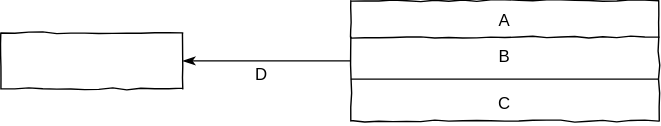
Earlier version of the draw.io export X01_Appendix/UML/ClassStructure.svg (JirkaDellOro/EIA2-Inverted). Source tidied: cells renumbered, new cells last; positions are measured from the earlier drawing's top-left corner, leaving out a move shared by most shapes.
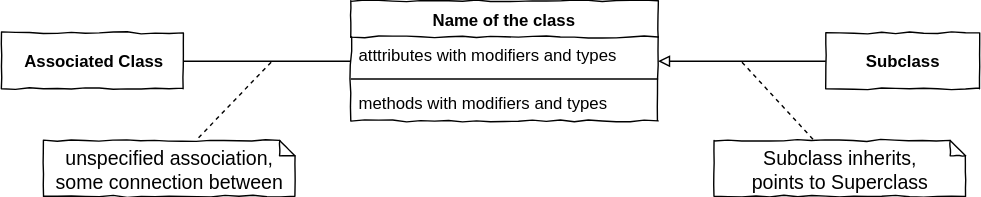
Above is the later version.

Commit message:
fixed broken graphics

The edit, as a diff of the source:
```diff
@@ -2,26 +2,45 @@
   <root>
     <mxCell id="0" />
     <mxCell id="1" parent="0" />
-    <mxCell id="2" value="A" style="swimlane;fontStyle=0;align=center;verticalAlign=top;horizontal=1;startSize=26;rounded=0;shadow=0;comic=1;strokeWidth=1;" parent="1" vertex="1">
+    <mxCell id="2" value="Name of the class" style="swimlane;fontStyle=1;align=center;verticalAlign=top;horizontal=1;startSize=26;rounded=0;shadow=0;comic=1;strokeWidth=1;" parent="1" vertex="1">
       <mxGeometry x="250" width="220" height="86" as="geometry" />
     </mxCell>
-    <mxCell id="3" value="B" style="text;strokeColor=none;fillColor=none;align=center;verticalAlign=top;spacingLeft=4;spacingRight=4;overflow=hidden;" parent="2" vertex="1">
+    <mxCell id="3" value="atttributes with modifiers and types" style="text;strokeColor=none;fillColor=none;align=left;verticalAlign=top;spacingLeft=4;spacingRight=4;overflow=hidden;" parent="2" vertex="1">
       <mxGeometry y="26" width="220" height="26" as="geometry" />
     </mxCell>
     <mxCell id="4" style="line;strokeWidth=1;fillColor=none;align=left;verticalAlign=middle;spacingTop=-1;spacingLeft=3;spacingRight=3;labelPosition=right;" parent="2" vertex="1">
       <mxGeometry y="52" width="220" height="8" as="geometry" />
     </mxCell>
-    <mxCell id="5" value="C" style="text;strokeColor=none;fillColor=none;align=center;verticalAlign=top;spacingLeft=4;spacingRight=4;overflow=hidden;" parent="2" vertex="1">
+    <mxCell id="5" value="methods with modifiers and types" style="text;strokeColor=none;fillColor=none;align=left;verticalAlign=top;spacingLeft=4;spacingRight=4;overflow=hidden;" parent="2" vertex="1">
       <mxGeometry y="60" width="220" height="26" as="geometry" />
     </mxCell>
+    <mxCell id="9" style="edgeStyle=orthogonalEdgeStyle;rounded=0;jettySize=auto;html=1;endArrow=block;endFill=0;" parent="1" edge="1" source="10" target="2">
+      <mxGeometry relative="1" as="geometry" />
+    </mxCell>
+    <mxCell id="10" value="&lt;div style=&quot;text-align: left&quot;&gt;&lt;b&gt;Subclass&lt;/b&gt;&lt;/div&gt;" style="rounded=0;whiteSpace=wrap;html=1;comic=1;" parent="1" vertex="1">
+      <mxGeometry x="590" y="23" width="110" height="40" as="geometry" />
+    </mxCell>
-    <mxCell id="6" style="edgeStyle=orthogonalEdgeStyle;rounded=0;jettySize=auto;html=1;endArrow=none;endFill=0;startArrow=classicThin;startFill=1;" parent="1" edge="1" source="7" target="2">
+    <mxCell id="6" style="edgeStyle=orthogonalEdgeStyle;rounded=0;jettySize=auto;html=1;endArrow=none;endFill=0;" parent="1" edge="1" source="7" target="2">
       <mxGeometry relative="1" as="geometry" />
     </mxCell>
-    <mxCell id="7" value="&lt;div style=&quot;text-align: left&quot;&gt;&lt;br&gt;&lt;/div&gt;" style="rounded=0;whiteSpace=wrap;html=1;comic=1;" parent="1" vertex="1">
+    <mxCell id="7" value="&lt;div style=&quot;text-align: left&quot;&gt;&lt;b&gt;Associated Class&lt;/b&gt;&lt;/div&gt;" style="rounded=0;whiteSpace=wrap;html=1;comic=1;" parent="1" vertex="1">
       <mxGeometry y="23" width="130" height="40" as="geometry" />
     </mxCell>
-    <mxCell id="8" value="D" style="text;html=1;align=left;verticalAlign=top;spacingTop=-4;" parent="1" vertex="1">
-      <mxGeometry x="180" y="43" width="20" height="20" as="geometry" />
-    </mxCell>
+    <mxCell id="11" value="unspecified association,&lt;br&gt;some connection between" style="shape=note;strokeWidth=1;fontSize=14;size=11;whiteSpace=wrap;html=1;rounded=0;shadow=0;comic=1;fillColor=#FFFFFF;" parent="1" vertex="1">
+      <mxGeometry x="30" y="100" width="180" height="40" as="geometry" />
+    </mxCell>
+    <mxCell id="12" style="endArrow=none;dashed=1;html=1;" parent="1" edge="1" target="11">
+      <mxGeometry relative="1" as="geometry">
+        <mxPoint x="193" y="44" as="sourcePoint" />
+      </mxGeometry>
+    </mxCell>
+    <mxCell id="13" value="Subclass inherits,&lt;br&gt;points to Superclass" style="shape=note;strokeWidth=1;fontSize=14;size=11;whiteSpace=wrap;html=1;rounded=0;shadow=0;comic=1;fillColor=#FFFFFF;" parent="1" vertex="1">
+      <mxGeometry x="510" y="100" width="180" height="40" as="geometry" />
+    </mxCell>
+    <mxCell id="14" style="endArrow=none;dashed=1;html=1;" parent="1" edge="1" target="13">
+      <mxGeometry relative="1" as="geometry">
+        <mxPoint x="530" y="44" as="sourcePoint" />
+      </mxGeometry>
+    </mxCell>
   </root>
 </mxGraphModel>
```
